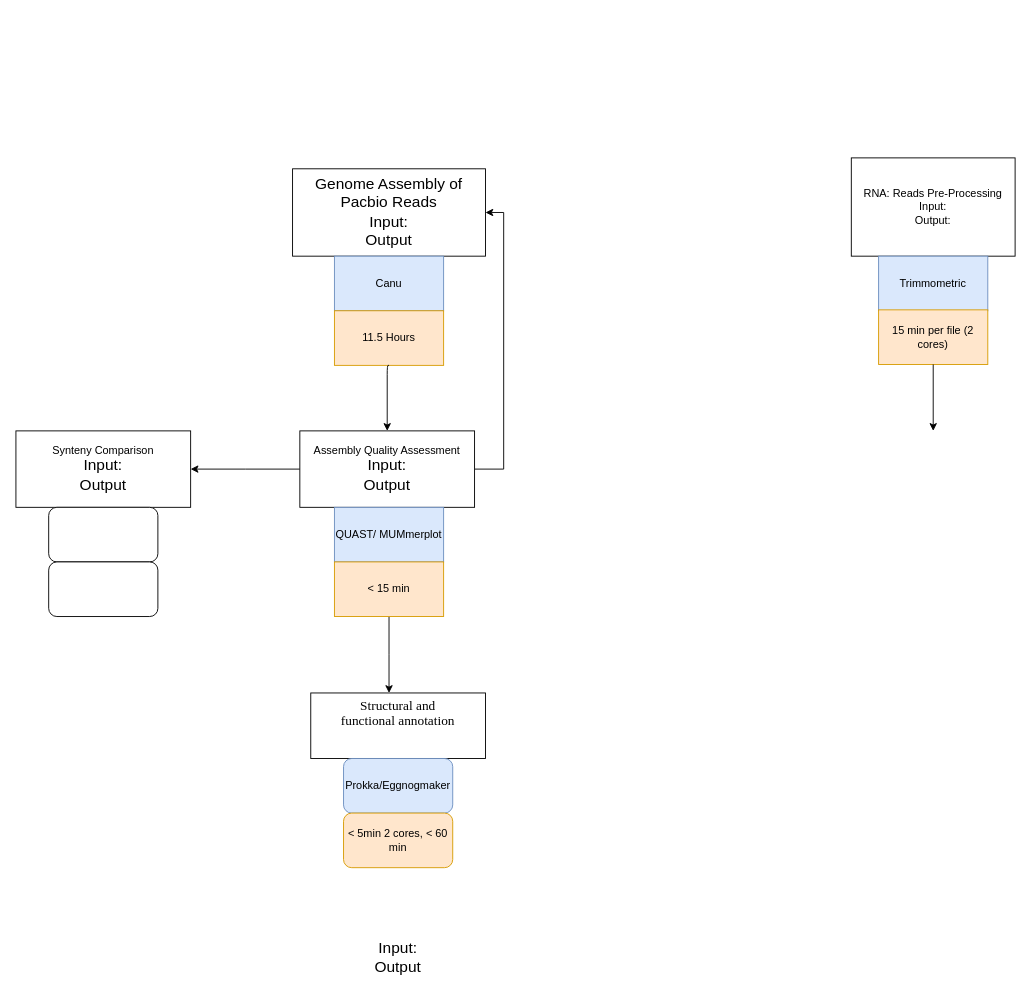
sverige16/Genome_Analysis_Project_2022 keeps this draw.io diagram as Workflow Chart.drawio. Above is the earlier version. Source tidied: cells renumbered, new cells numbered last; positions are measured from the earlier drawing's top-left corner, leaving out a move shared by most shapes. Both pictures are drawn from the tidied source at 91%, with x=0, y=0 at pixel (15, 157).
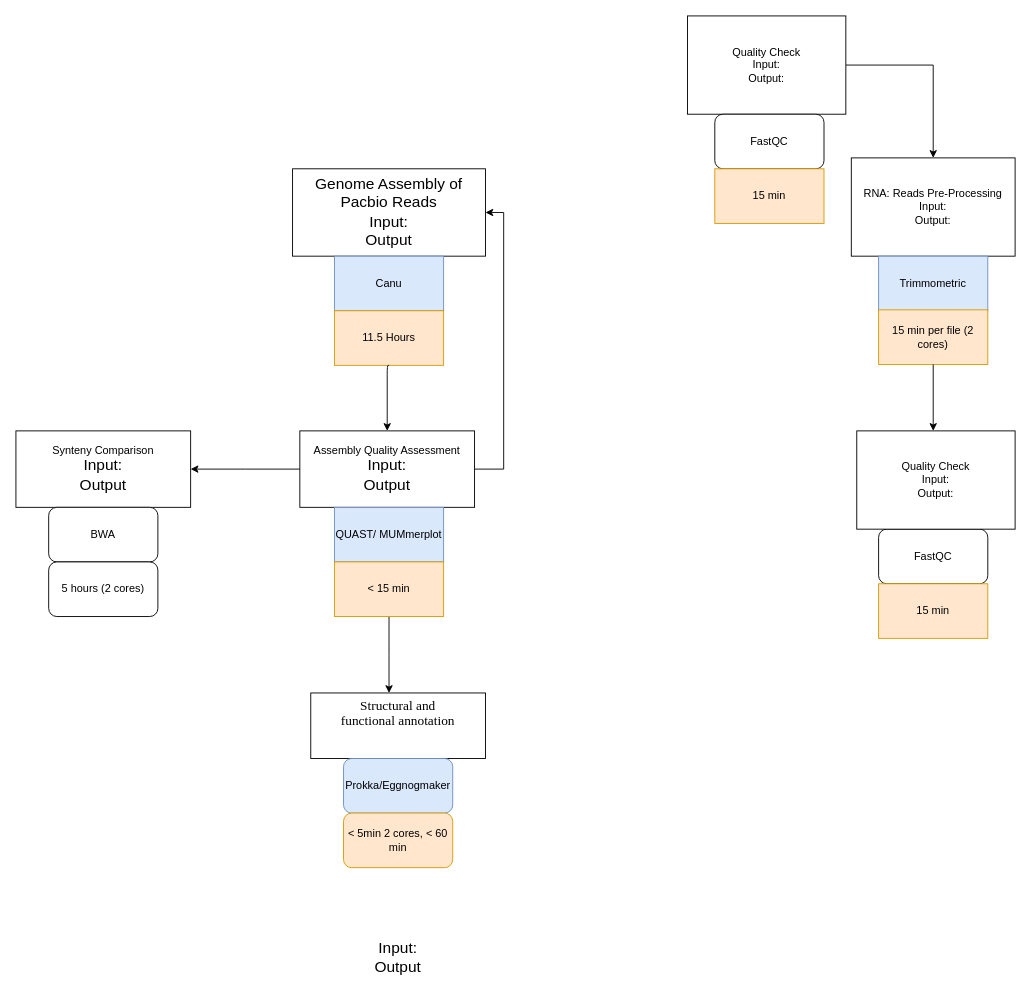
After the change.

Unchanged cells that the change refers to:
```xml
<mxCell id="5" value="&lt;div&gt;RNA: Reads Pre-Processing&lt;/div&gt;&lt;div&gt;Input:&lt;/div&gt;&lt;div&gt;Output:&lt;br&gt;&lt;/div&gt;" style="rounded=0;whiteSpace=wrap;html=1;" parent="1" vertex="1">
  <mxGeometry x="918" width="180" height="108" as="geometry" />
</mxCell>
```

Change to the diagram source:
```diff
@@
-    <mxCell id="20" style="rounded=1;whiteSpace=wrap;html=1;" parent="1" vertex="1">
+    <mxCell id="20" value="BWA" style="rounded=1;whiteSpace=wrap;html=1;" parent="1" vertex="1">
       <mxGeometry x="36" y="384" width="120" height="60" as="geometry" />
     </mxCell>
-    <mxCell id="21" style="rounded=1;whiteSpace=wrap;html=1;" parent="1" vertex="1">
+    <mxCell id="21" value="5 hours (2 cores)" style="rounded=1;whiteSpace=wrap;html=1;" parent="1" vertex="1">
       <mxGeometry x="36" y="444" width="120" height="60" as="geometry" />
     </mxCell>
+    <mxCell id="22" style="edgeStyle=orthogonalEdgeStyle;rounded=0;jettySize=auto;html=1;entryX=0.5;entryY=0;entryDx=0;entryDy=0;" parent="1" edge="1" source="23" target="5">
+      <mxGeometry relative="1" as="geometry" />
+    </mxCell>
+    <mxCell id="23" value="Quality Check&lt;br&gt;&lt;div&gt;Input:&lt;/div&gt;&lt;div&gt;Output:&lt;br&gt;&lt;/div&gt;" style="rounded=0;whiteSpace=wrap;html=1;" parent="1" vertex="1">
+      <mxGeometry x="738" y="-156" width="174" height="108" as="geometry" />
+    </mxCell>
+    <mxCell id="24" value="FastQC" style="rounded=1;whiteSpace=wrap;html=1;" parent="1" vertex="1">
+      <mxGeometry x="768" y="-48" width="120" height="60" as="geometry" />
+    </mxCell>
+    <mxCell id="25" value="15 min" style="rounded=0;whiteSpace=wrap;html=1;fillColor=#ffe6cc;strokeColor=#d79b00;" parent="1" vertex="1">
+      <mxGeometry x="768" y="12" width="120" height="60" as="geometry" />
+    </mxCell>
+    <mxCell id="26" value="FastQC" style="rounded=1;whiteSpace=wrap;html=1;" parent="1" vertex="1">
+      <mxGeometry x="948" y="408" width="120" height="60" as="geometry" />
+    </mxCell>
+    <mxCell id="27" value="15 min" style="rounded=0;whiteSpace=wrap;html=1;fillColor=#ffe6cc;strokeColor=#d79b00;" parent="1" vertex="1">
+      <mxGeometry x="948" y="468" width="120" height="60" as="geometry" />
+    </mxCell>
+    <mxCell id="28" value="Quality Check&lt;br&gt;&lt;div&gt;Input:&lt;/div&gt;&lt;div&gt;Output:&lt;br&gt;&lt;/div&gt;" style="rounded=0;whiteSpace=wrap;html=1;" parent="1" vertex="1">
+      <mxGeometry x="924" y="300" width="174" height="108" as="geometry" />
+    </mxCell>
```
